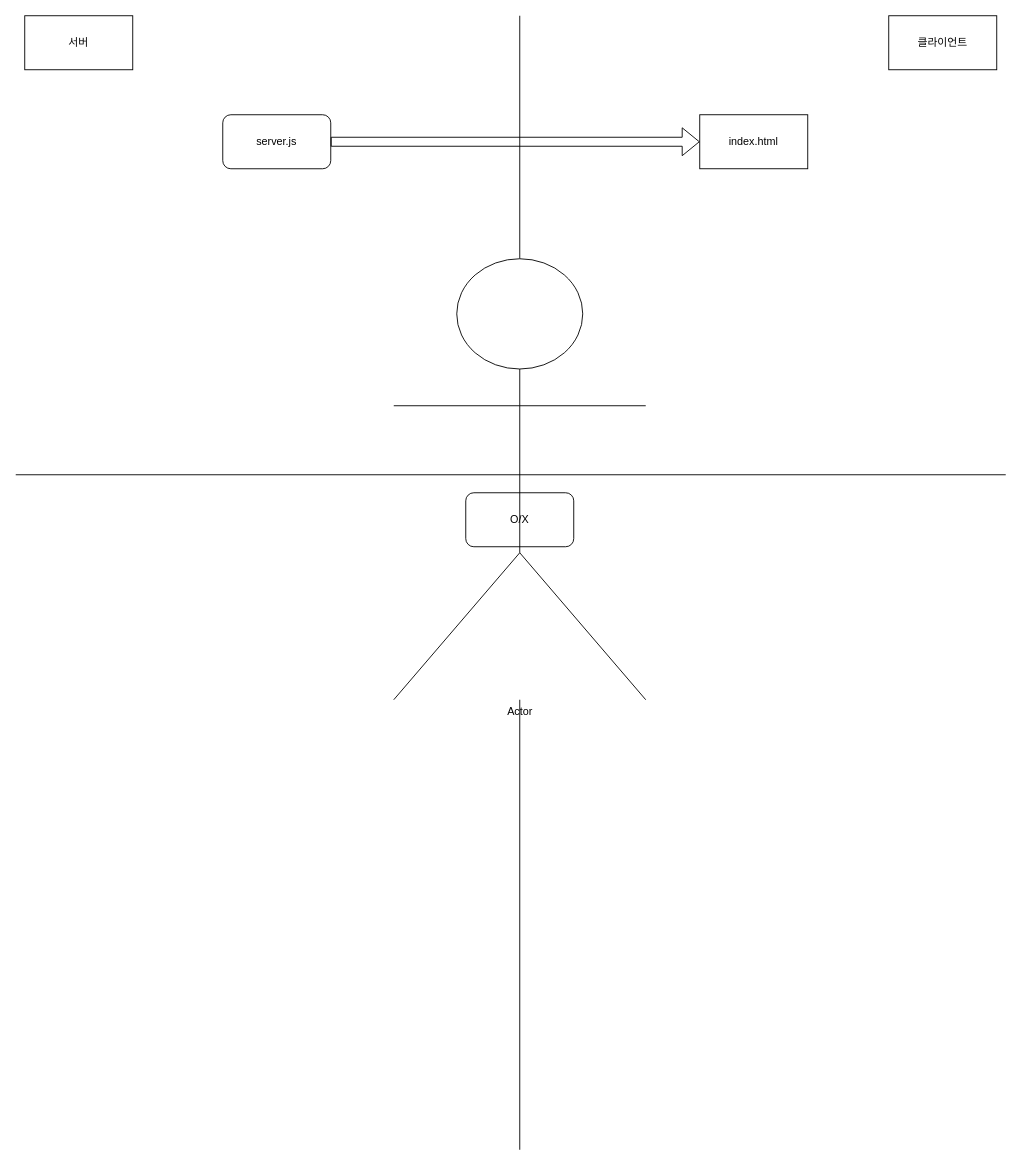
Above: Untitled Diagram.drawio in riulwoo/WorkMate (draw.io), before the change. Source tidied: cells renumbered, new cells numbered last; positions are measured from the earlier drawing's top-left corner, leaving out a move shared by most shapes. Both pictures are drawn from the tidied source at 90%, with x=0, y=0 at pixel (15, 15).
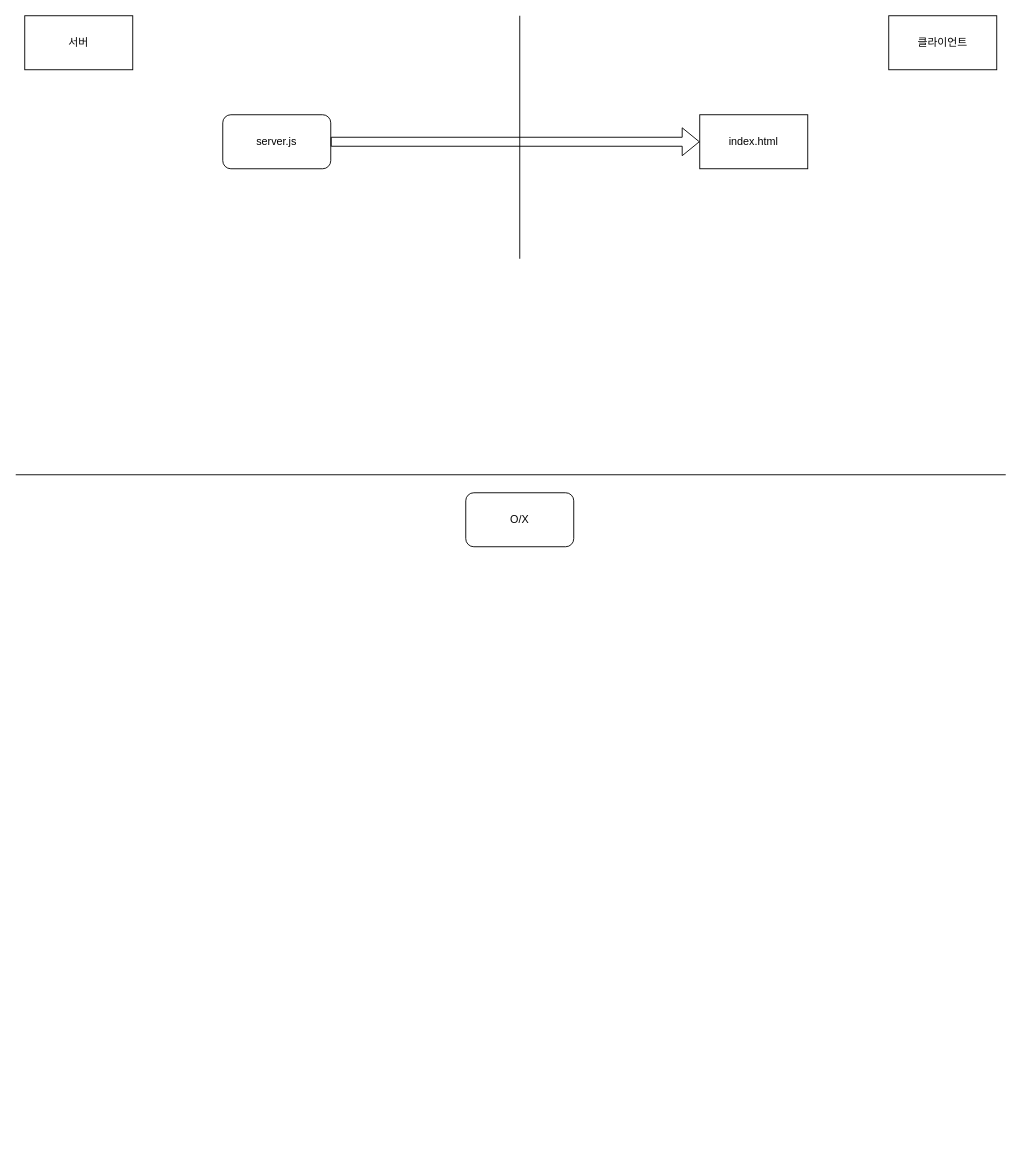
Above is the later version.

The edit, as a diff of the source:
```diff
@@
 <mxGraphModel>
   <root>
     <mxCell id="0" />
     <mxCell id="1" parent="0" />
-    <mxCell id="2" style="endArrow=none;html=1;rounded=0;startArrow=none;" parent="1" edge="1" source="10">
+    <mxCell id="2" style="endArrow=none;html=1;rounded=0;startArrow=none;" parent="1" edge="1">
       <mxGeometry relative="1" as="geometry">
+        <mxPoint x="560" y="270" as="sourcePoint" />
         <mxPoint x="560" as="targetPoint" />
       </mxGeometry>
     </mxCell>
     <mxCell id="3" value="서버" style="rounded=0;whiteSpace=wrap;html=1;" parent="1" vertex="1">
       <mxGeometry x="10" width="120" height="60" as="geometry" />
     </mxCell>
     <mxCell id="4" value="클라이언트" style="rounded=0;whiteSpace=wrap;html=1;" parent="1" vertex="1">
       <mxGeometry x="970" width="120" height="60" as="geometry" />
     </mxCell>
     <mxCell id="5" style="endArrow=none;html=1;rounded=0;" parent="1" edge="1">
       <mxGeometry relative="1" as="geometry">
         <mxPoint x="1100" y="510" as="sourcePoint" />
         <mxPoint y="510" as="targetPoint" />
       </mxGeometry>
     </mxCell>
     <mxCell id="6" value="O/X" style="rounded=1;whiteSpace=wrap;html=1;" parent="1" vertex="1">
       <mxGeometry x="500" y="530" width="120" height="60" as="geometry" />
     </mxCell>
     <mxCell id="7" value="index.html" style="rounded=0;whiteSpace=wrap;html=1;" parent="1" vertex="1">
       <mxGeometry x="760" y="110" width="120" height="60" as="geometry" />
     </mxCell>
     <mxCell id="8" value="server.js" style="rounded=1;whiteSpace=wrap;html=1;" parent="1" vertex="1">
       <mxGeometry x="230" y="110" width="120" height="60" as="geometry" />
     </mxCell>
     <mxCell id="9" style="shape=flexArrow;endArrow=classic;html=1;rounded=0;exitX=1;exitY=0.5;exitDx=0;exitDy=0;" parent="1" edge="1" source="8" target="7">
       <mxGeometry relative="1" as="geometry" />
     </mxCell>
-    <mxCell id="10" value="Actor" style="shape=umlActor;verticalLabelPosition=bottom;verticalAlign=top;html=1;outlineConnect=0;" parent="1" vertex="1">
-      <mxGeometry x="420" y="270" width="280" height="490" as="geometry" />
-    </mxCell>
-    <mxCell id="11" style="endArrow=none;html=1;rounded=0;" parent="1" edge="1" target="10">
-      <mxGeometry relative="1" as="geometry">
-        <mxPoint x="560" y="1260" as="sourcePoint" />
-      </mxGeometry>
-    </mxCell>
   </root>
 </mxGraphModel>
```
